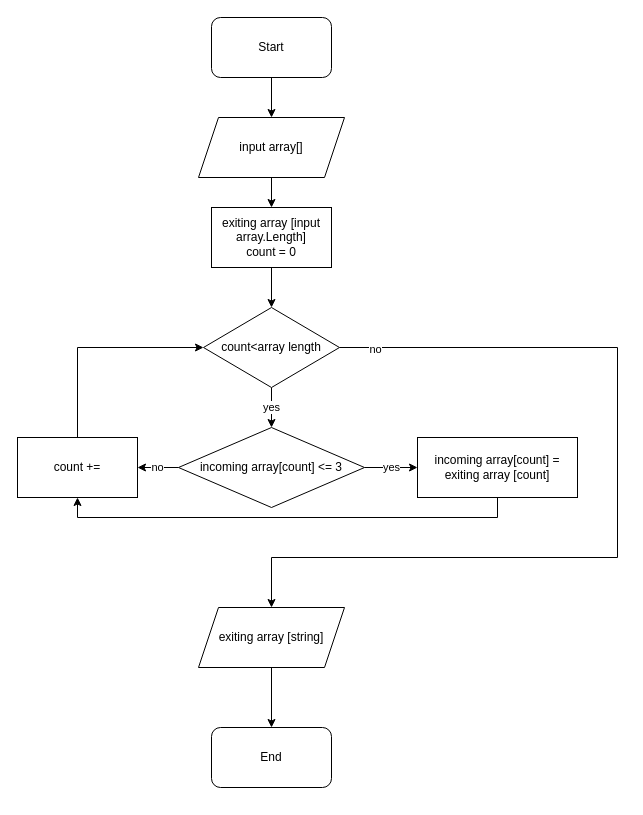
Earlier version of the draw.io diagram Task/Flowchart.drawio (bond-igor/Control-work-the-first-quarter). Source tidied: cells renumbered, new cells numbered last; positions are measured from the earlier drawing's top-left corner, leaving out a move shared by most shapes. Both pictures are drawn from the tidied source at 100%, with x=0, y=0 at pixel (17, 17).
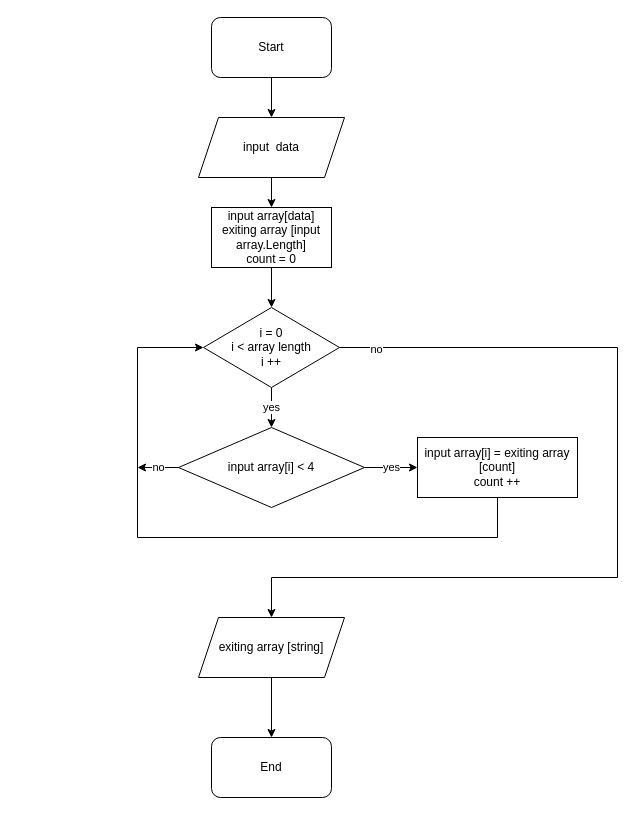
After the change.

Diff of the diagram source:
```diff
@@
-    <mxCell id="5" value="input array[]" style="shape=parallelogram;perimeter=parallelogramPerimeter;whiteSpace=wrap;html=1;fixedSize=1;" parent="1" vertex="1">
+    <mxCell id="5" value="input&amp;nbsp; data" style="shape=parallelogram;perimeter=parallelogramPerimeter;whiteSpace=wrap;html=1;fixedSize=1;" parent="1" vertex="1">
       <mxGeometry x="181" y="100" width="146" height="60" as="geometry" />
     </mxCell>
@@
-    <mxCell id="7" value="exiting array [input array.Length]&lt;br&gt;count = 0" style="rounded=0;whiteSpace=wrap;html=1;" parent="1" vertex="1">
+    <mxCell id="7" value="input array[data]&lt;br&gt;exiting array [input array.Length]&lt;br&gt;count = 0" style="rounded=0;whiteSpace=wrap;html=1;" parent="1" vertex="1">
       <mxGeometry x="194" y="190" width="120" height="60" as="geometry" />
     </mxCell>
@@
     <mxCell id="9" style="edgeStyle=orthogonalEdgeStyle;rounded=0;jettySize=auto;html=1;exitX=1;exitY=0.5;exitDx=0;exitDy=0;entryX=0.5;entryY=0;entryDx=0;entryDy=0;" parent="1" edge="1" source="11" target="20">
       <mxGeometry relative="1" as="geometry">
         <Array as="points">
           <mxPoint x="600" y="330" />
-          <mxPoint x="600" y="540" />
-          <mxPoint x="254" y="540" />
+          <mxPoint x="600" y="560" />
+          <mxPoint x="254" y="560" />
         </Array>
       </mxGeometry>
     </mxCell>
@@
-    <mxCell id="11" value="count&amp;lt;array length" style="rhombus;whiteSpace=wrap;html=1;" parent="1" vertex="1">
+    <mxCell id="11" value="i = 0&lt;br&gt;i &amp;lt; array length&lt;br&gt;i ++" style="rhombus;whiteSpace=wrap;html=1;" parent="1" vertex="1">
       <mxGeometry x="186" y="290" width="136" height="80" as="geometry" />
     </mxCell>
@@
-    <mxCell id="13" value="no" style="edgeStyle=orthogonalEdgeStyle;rounded=0;jettySize=auto;html=1;exitX=0;exitY=0.5;exitDx=0;exitDy=0;entryX=1;entryY=0.5;entryDx=0;entryDy=0;" parent="1" edge="1" source="14" target="18">
-      <mxGeometry relative="1" as="geometry" />
+    <mxCell id="13" value="no" style="edgeStyle=orthogonalEdgeStyle;rounded=0;jettySize=auto;html=1;exitX=0;exitY=0.5;exitDx=0;exitDy=0;" parent="1" edge="1" source="14">
+      <mxGeometry relative="1" as="geometry">
+        <mxPoint x="120" y="450" as="targetPoint" />
+      </mxGeometry>
     </mxCell>
-    <mxCell id="14" value="incoming array[count] &amp;lt;= 3" style="rhombus;whiteSpace=wrap;html=1;" parent="1" vertex="1">
+    <mxCell id="14" value="input array[i] &amp;lt; 4" style="rhombus;whiteSpace=wrap;html=1;" parent="1" vertex="1">
       <mxGeometry x="161" y="410" width="186" height="80" as="geometry" />
     </mxCell>
-    <mxCell id="15" style="edgeStyle=orthogonalEdgeStyle;rounded=0;jettySize=auto;html=1;exitX=0.5;exitY=1;exitDx=0;exitDy=0;entryX=0.5;entryY=1;entryDx=0;entryDy=0;" parent="1" edge="1" source="16" target="18">
-      <mxGeometry relative="1" as="geometry" />
-    </mxCell>
-    <mxCell id="16" value="incoming array[count] = exiting array [count]" style="rounded=0;whiteSpace=wrap;html=1;" parent="1" vertex="1">
+    <mxCell id="16" value="input array[i] = exiting array [count]&lt;br&gt;count ++" style="rounded=0;whiteSpace=wrap;html=1;" parent="1" vertex="1">
       <mxGeometry x="400" y="420" width="160" height="60" as="geometry" />
     </mxCell>
-    <mxCell id="17" style="edgeStyle=orthogonalEdgeStyle;rounded=0;jettySize=auto;html=1;exitX=0.5;exitY=0;exitDx=0;exitDy=0;entryX=0;entryY=0.5;entryDx=0;entryDy=0;" parent="1" edge="1" source="18" target="11">
-      <mxGeometry relative="1" as="geometry" />
+    <mxCell id="17" style="edgeStyle=orthogonalEdgeStyle;rounded=0;jettySize=auto;html=1;exitX=0.5;exitY=1;exitDx=0;exitDy=0;entryX=0;entryY=0.5;entryDx=0;entryDy=0;" parent="1" edge="1" source="16" target="11">
+      <mxGeometry relative="1" as="geometry">
+        <Array as="points">
+          <mxPoint x="480" y="520" />
+          <mxPoint x="120" y="520" />
+          <mxPoint x="120" y="330" />
+        </Array>
+      </mxGeometry>
     </mxCell>
-    <mxCell id="18" value="count +=" style="rounded=0;whiteSpace=wrap;html=1;" parent="1" vertex="1">
-      <mxGeometry y="420" width="120" height="60" as="geometry" />
-    </mxCell>
@@
     <mxCell id="20" value="exiting array [string]" style="shape=parallelogram;perimeter=parallelogramPerimeter;whiteSpace=wrap;html=1;fixedSize=1;" parent="1" vertex="1">
-      <mxGeometry x="181" y="590" width="146" height="60" as="geometry" />
+      <mxGeometry x="181" y="600" width="146" height="60" as="geometry" />
     </mxCell>
     <mxCell id="21" value="End" style="rounded=1;whiteSpace=wrap;html=1;" parent="1" vertex="1">
-      <mxGeometry x="194" y="710" width="120" height="60" as="geometry" />
+      <mxGeometry x="194" y="720" width="120" height="60" as="geometry" />
     </mxCell>
```
